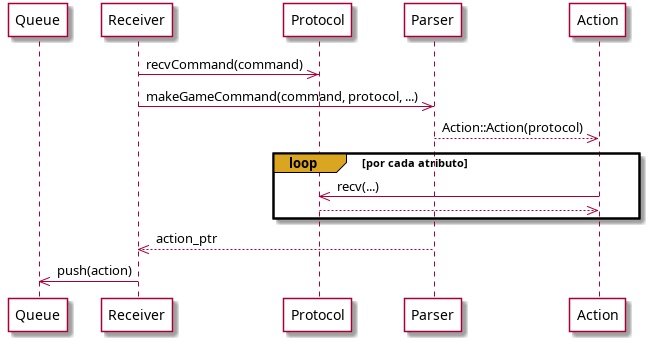
Earlier version of the PlantUML export docs/diagrams/recvAction.png (JM-Pascual/TPG-Taller-Worms2D). Its source is kept beside it as docs/diagrams/recvAction.plantuml. Source of this version:
```plantuml
@startuml recvAction
skinparam ParticipantBackgroundColor white

participant Queue as game_queue
participant Receiver as recv
participant Protocol as protocol
participant Parser as parser
participant Action as action

recv ->> protocol : recvCommand(command)
recv ->> parser : makeGameCommand(command, protocol, ...)
parser -->> action : Action::Action(protocol)

loop#GoldenRod por cada atributo
    action ->> protocol : recv(...)
    protocol -->> action
end

parser -->> recv : action_ptr
recv ->> game_queue : push(action)


@enduml
```
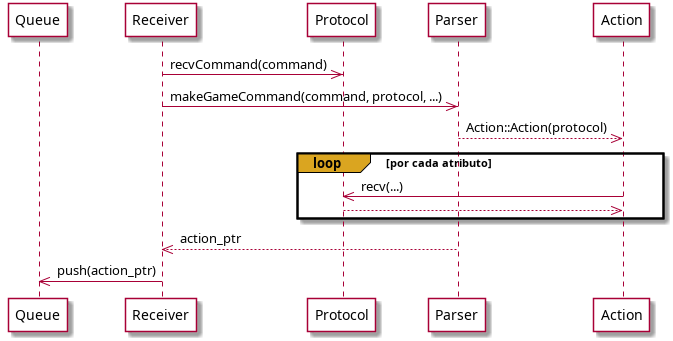
After the change.

The edit, as a diff of the source:
```diff
@@ -17,7 +17,7 @@
 end
 
 parser -->> recv : action_ptr
-recv ->> game_queue : push(action)
+recv ->> game_queue : push(action_ptr)
 
 
 @enduml
```
